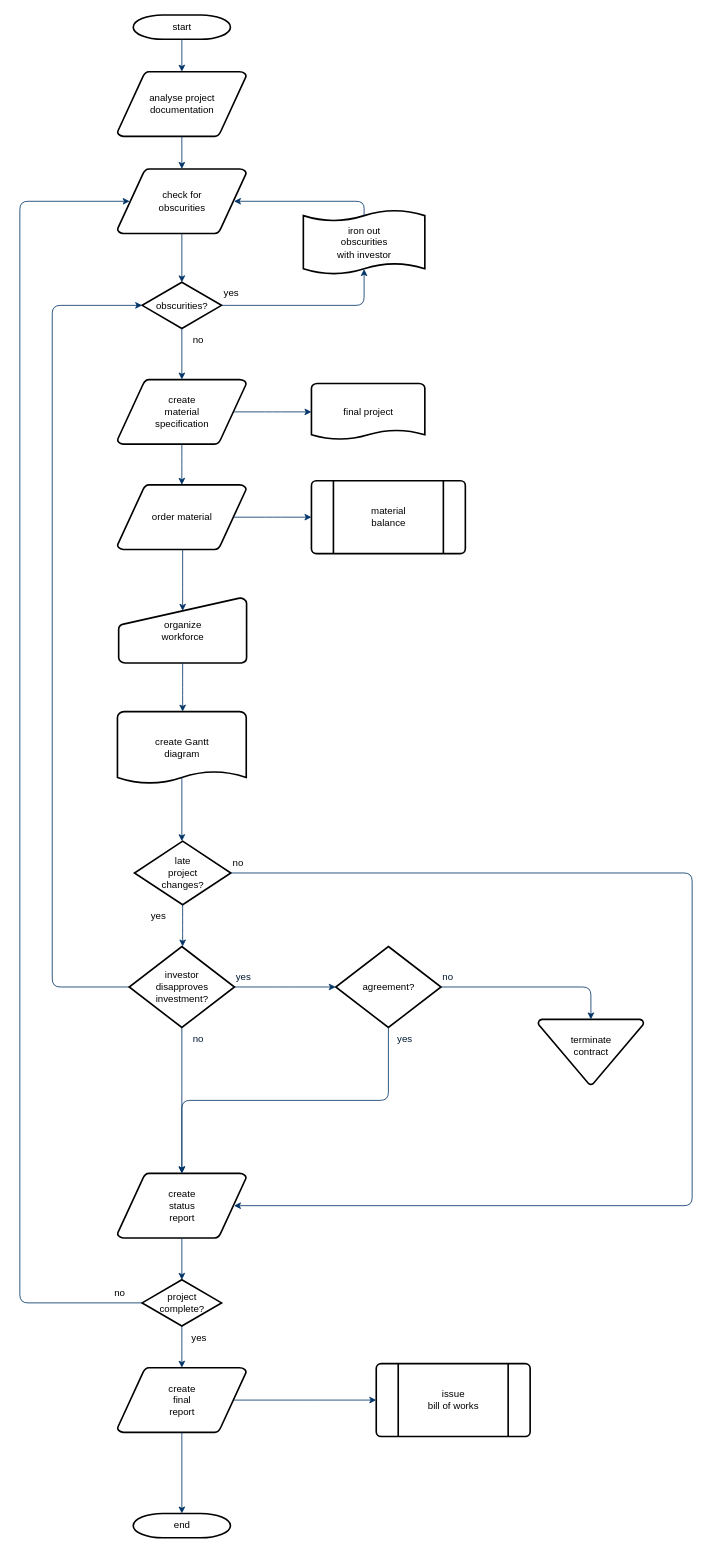
Earlier version of the draw.io diagram Untitled Diagram.drawio (ywq1113/VASP_script). Source tidied: cells renumbered, new cells numbered last; positions are measured from the earlier drawing's top-left corner, leaving out a move shared by most shapes. Both pictures are drawn from the tidied source at 81%, with x=0, y=0 at pixel (19, 15).
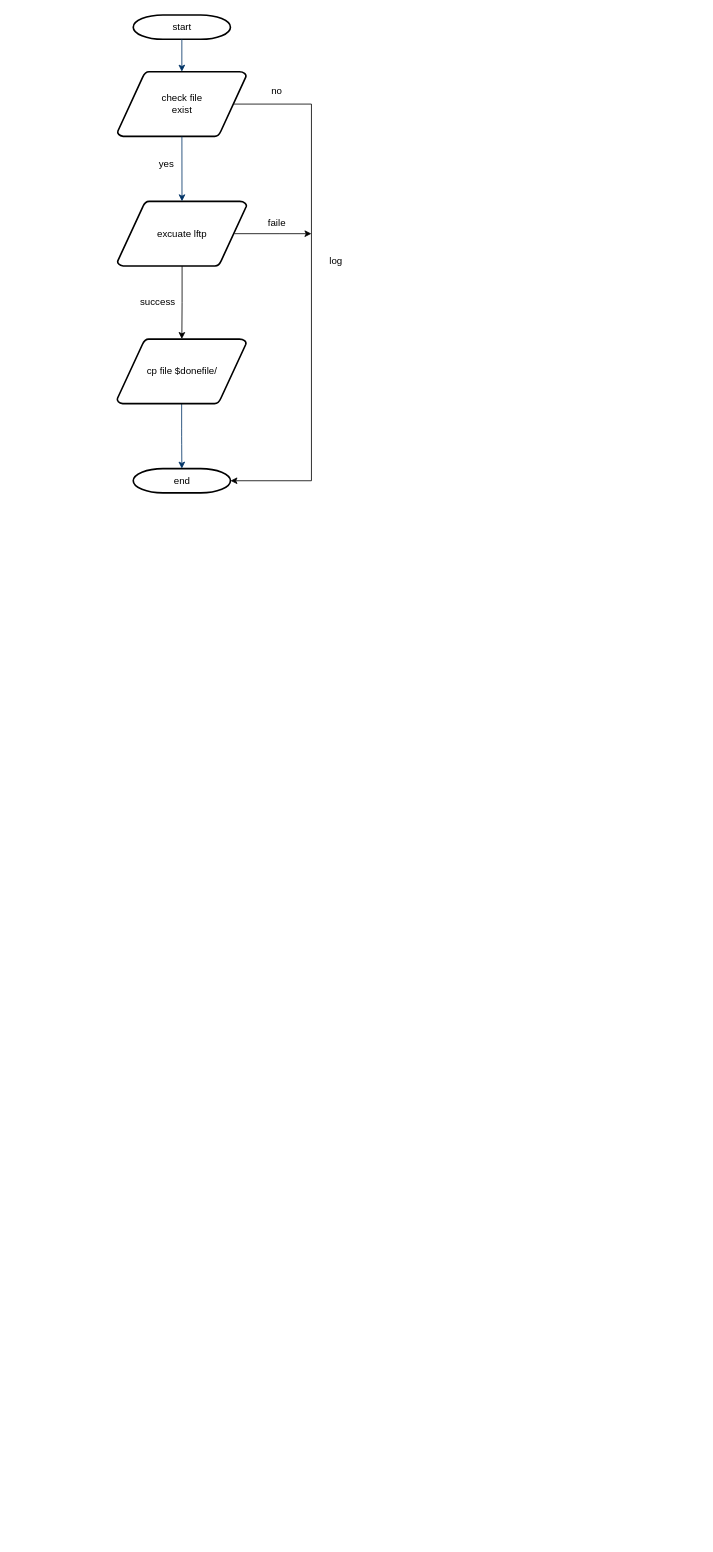
The same diagram, later.

Change to the diagram source:
```diff
@@
+    <mxCell id="56" style="edgeStyle=orthogonalEdgeStyle;rounded=0;jettySize=auto;html=1;exitX=0.905;exitY=0.5;exitDx=0;exitDy=0;exitPerimeter=0;entryX=1;entryY=0.5;entryDx=0;entryDy=0;entryPerimeter=0;" parent="1" edge="1" source="3" target="40">
+      <mxGeometry relative="1" as="geometry">
+        <Array as="points">
+          <mxPoint x="360" y="110" />
+          <mxPoint x="360" y="575" />
+        </Array>
+      </mxGeometry>
+    </mxCell>
-    <mxCell id="3" value="analyse project&#10; documentation" style="shape=mxgraph.flowchart.data;strokeWidth=2;gradientColor=none;gradientDirection=north;fontStyle=0;html=1;" parent="1" vertex="1">
+    <mxCell id="3" value="check file&lt;br&gt;exist" style="shape=mxgraph.flowchart.data;strokeWidth=2;gradientColor=none;gradientDirection=north;fontStyle=0;html=1;" parent="1" vertex="1">
       <mxGeometry x="120.5" y="70" width="159" height="80" as="geometry" />
     </mxCell>
-    <mxCell id="4" value="create&#10;material&#10;specification" style="shape=mxgraph.flowchart.data;strokeWidth=2;gradientColor=none;gradientDirection=north;fontStyle=0;html=1;" parent="1" vertex="1">
-      <mxGeometry x="120.5" y="450" width="159" height="80" as="geometry" />
-    </mxCell>
+    <mxCell id="57" style="edgeStyle=orthogonalEdgeStyle;rounded=0;jettySize=auto;html=1;" parent="1" edge="1" source="5">
+      <mxGeometry relative="1" as="geometry">
+        <mxPoint x="200" y="400" as="targetPoint" />
+      </mxGeometry>
+    </mxCell>
+    <mxCell id="58" style="edgeStyle=orthogonalEdgeStyle;rounded=0;jettySize=auto;html=1;exitX=0.905;exitY=0.5;exitDx=0;exitDy=0;exitPerimeter=0;" parent="1" edge="1" source="5">
+      <mxGeometry relative="1" as="geometry">
+        <mxPoint x="360" y="270" as="targetPoint" />
+      </mxGeometry>
+    </mxCell>
-    <mxCell id="5" value="check for&#10;obscurities" style="shape=mxgraph.flowchart.data;strokeWidth=2;gradientColor=none;gradientDirection=north;fontStyle=0;html=1;" parent="1" vertex="1">
-      <mxGeometry x="120.5" y="190" width="159" height="80" as="geometry" />
+    <mxCell id="5" value="excuate lftp" style="shape=mxgraph.flowchart.data;strokeWidth=2;gradientColor=none;gradientDirection=north;fontStyle=0;html=1;" parent="1" vertex="1">
+      <mxGeometry x="120.5" y="230" width="159.5" height="80" as="geometry" />
     </mxCell>
-    <mxCell id="6" value="obscurities?" style="shape=mxgraph.flowchart.decision;strokeWidth=2;gradientColor=none;gradientDirection=north;fontStyle=0;html=1;" parent="1" vertex="1">
-      <mxGeometry x="151" y="330" width="98" height="57" as="geometry" />
-    </mxCell>
@@
-    <mxCell id="9" style="entryX=0.5;entryY=0;entryPerimeter=0;fontStyle=1;strokeColor=#003366;strokeWidth=1;html=1;" parent="1" edge="1" source="5" target="6">
-      <mxGeometry relative="1" as="geometry" />
-    </mxCell>
-    <mxCell id="10" style="edgeStyle=elbowEdgeStyle;elbow=horizontal;entryX=0.5;entryY=0.91;entryPerimeter=0;exitX=1;exitY=0.5;exitPerimeter=0;fontStyle=1;strokeColor=#003366;strokeWidth=1;html=1;" parent="1" edge="1" source="6" target="51">
-      <mxGeometry x="381" y="28.5" as="geometry">
-        <Array as="points">
-          <mxPoint x="425" y="340" />
-        </Array>
-      </mxGeometry>
-    </mxCell>
     <mxCell id="11" value="yes" style="text;fontStyle=0;html=1;strokeColor=none;gradientColor=none;fillColor=none;strokeWidth=2;" parent="1" vertex="1">
-      <mxGeometry x="250" y="330" width="40" height="26" as="geometry" />
+      <mxGeometry x="170" y="170" width="40" height="26" as="geometry" />
     </mxCell>
-    <mxCell id="12" style="edgeStyle=elbowEdgeStyle;elbow=horizontal;fontColor=#001933;fontStyle=1;strokeColor=#003366;strokeWidth=1;html=1;" parent="1" edge="1" source="6" target="4">
-      <mxGeometry as="geometry" />
-    </mxCell>
-    <mxCell id="13" value="order material" style="shape=mxgraph.flowchart.data;strokeWidth=2;gradientColor=none;gradientDirection=north;fontStyle=0;html=1;" parent="1" vertex="1">
-      <mxGeometry x="120.5" y="580" width="159" height="80" as="geometry" />
-    </mxCell>
-    <mxCell id="14" value="no" style="text;fontStyle=0;html=1;strokeColor=none;gradientColor=none;fillColor=none;strokeWidth=2;align=center;" parent="1" vertex="1">
-      <mxGeometry x="200" y="387" width="40" height="26" as="geometry" />
+    <mxCell id="14" value="success" style="text;fontStyle=0;html=1;strokeColor=none;gradientColor=none;fillColor=none;strokeWidth=2;align=center;" parent="1" vertex="1">
+      <mxGeometry x="150" y="340.5" width="40" height="26" as="geometry" />
     </mxCell>
-    <mxCell id="15" value="final project" style="shape=mxgraph.flowchart.document;strokeWidth=2;gradientColor=none;gradientDirection=north;fontStyle=0;html=1;" parent="1" vertex="1">
-      <mxGeometry x="360" y="455" width="140" height="70" as="geometry" />
-    </mxCell>
-    <mxCell id="16" style="edgeStyle=elbowEdgeStyle;elbow=horizontal;exitX=0.905;exitY=0.5;exitPerimeter=0;fontStyle=1;strokeColor=#003366;strokeWidth=1;html=1;" parent="1" edge="1" source="4" target="15">
-      <mxGeometry as="geometry" />
-    </mxCell>
-    <mxCell id="17" style="edgeStyle=elbowEdgeStyle;elbow=horizontal;fontStyle=1;strokeColor=#003366;strokeWidth=1;html=1;" parent="1" edge="1" source="4" target="13">
-      <mxGeometry as="geometry" />
-    </mxCell>
-    <mxCell id="18" value="material&#10;balance" style="shape=mxgraph.flowchart.predefined_process;strokeWidth=2;gradientColor=none;gradientDirection=north;fontStyle=0;html=1;" parent="1" vertex="1">
-      <mxGeometry x="360" y="575" width="190" height="90" as="geometry" />
-    </mxCell>
-    <mxCell id="19" style="edgeStyle=elbowEdgeStyle;elbow=horizontal;exitX=0.905;exitY=0.5;exitPerimeter=0;fontStyle=1;strokeColor=#003366;strokeWidth=1;html=1;" parent="1" edge="1" source="13" target="18">
-      <mxGeometry as="geometry" />
-    </mxCell>
-    <mxCell id="20" value="organize &#10;workforce" style="shape=mxgraph.flowchart.manual_input;strokeWidth=2;gradientColor=none;gradientDirection=north;fontStyle=0;html=1;" parent="1" vertex="1">
-      <mxGeometry x="122" y="720" width="158" height="80" as="geometry" />
-    </mxCell>
-    <mxCell id="21" style="edgeStyle=elbowEdgeStyle;elbow=horizontal;entryX=0.5;entryY=0.195;entryPerimeter=0;fontStyle=1;strokeColor=#003366;strokeWidth=1;html=1;" parent="1" edge="1" source="13" target="20">
-      <mxGeometry as="geometry" />
-    </mxCell>
-    <mxCell id="22" value="create Gantt&#10;diagram" style="shape=mxgraph.flowchart.document;strokeWidth=2;gradientColor=none;gradientDirection=north;fontStyle=0;html=1;" parent="1" vertex="1">
-      <mxGeometry x="120.5" y="860" width="159" height="90" as="geometry" />
-    </mxCell>
-    <mxCell id="23" style="edgeStyle=elbowEdgeStyle;elbow=horizontal;exitX=0.5;exitY=1;exitPerimeter=0;fontStyle=1;strokeColor=#003366;strokeWidth=1;html=1;" parent="1" edge="1" source="20" target="22">
-      <mxGeometry as="geometry" />
-    </mxCell>
-    <mxCell id="24" value="late&#10;project&#10;changes?" style="shape=mxgraph.flowchart.decision;strokeWidth=2;gradientColor=none;gradientDirection=north;fontStyle=0;html=1;" parent="1" vertex="1">
-      <mxGeometry x="141.5" y="1020" width="119" height="78.5" as="geometry" />
-    </mxCell>
-    <mxCell id="25" style="edgeStyle=elbowEdgeStyle;elbow=horizontal;exitX=0.5;exitY=0.9;exitPerimeter=0;fontStyle=1;strokeColor=#003366;strokeWidth=1;html=1;" parent="1" edge="1" source="22" target="24">
-      <mxGeometry as="geometry" />
-    </mxCell>
-    <mxCell id="26" style="edgeStyle=elbowEdgeStyle;elbow=horizontal;exitX=0;exitY=0.5;exitPerimeter=0;entryX=0;entryY=0.5;entryPerimeter=0;fontStyle=1;strokeColor=#003366;strokeWidth=1;html=1;" parent="1" edge="1" source="28" target="6">
-      <mxGeometry as="geometry">
-        <Array as="points">
-          <mxPoint x="40" y="790" />
-        </Array>
-      </mxGeometry>
-    </mxCell>
-    <mxCell id="27" value="yes" style="text;fontStyle=0;html=1;strokeColor=none;gradientColor=none;fillColor=none;strokeWidth=2;" parent="1" vertex="1">
-      <mxGeometry x="160" y="1098.5" width="40" height="26" as="geometry" />
-    </mxCell>
-    <mxCell id="28" value="investor&#10;disapproves&#10; investment?" style="shape=mxgraph.flowchart.decision;strokeWidth=2;gradientColor=none;gradientDirection=north;fontStyle=0;html=1;" parent="1" vertex="1">
-      <mxGeometry x="135" y="1150" width="130" height="100" as="geometry" />
-    </mxCell>
-    <mxCell id="29" value="agreement?" style="shape=mxgraph.flowchart.decision;strokeWidth=2;gradientColor=none;gradientDirection=north;fontStyle=0;html=1;" parent="1" vertex="1">
-      <mxGeometry x="390" y="1150" width="130" height="100" as="geometry" />
-    </mxCell>
-    <mxCell id="30" style="edgeStyle=elbowEdgeStyle;elbow=horizontal;exitX=0.5;exitY=1;exitPerimeter=0;fontStyle=1;strokeColor=#003366;strokeWidth=1;html=1;" parent="1" edge="1" source="24" target="28">
-      <mxGeometry as="geometry" />
-    </mxCell>
-    <mxCell id="31" style="edgeStyle=elbowEdgeStyle;elbow=horizontal;exitX=1;exitY=0.5;exitPerimeter=0;entryX=0;entryY=0.5;entryPerimeter=0;fontStyle=1;strokeColor=#003366;strokeWidth=1;html=1;" parent="1" edge="1" source="28" target="29">
-      <mxGeometry as="geometry" />
-    </mxCell>
-    <mxCell id="32" value="terminate&#10;contract&#10;" style="shape=mxgraph.flowchart.merge_or_storage;strokeWidth=2;gradientColor=none;gradientDirection=north;fontStyle=0;html=1;" parent="1" vertex="1">
-      <mxGeometry x="640" y="1240" width="130" height="80.5" as="geometry" />
-    </mxCell>
-    <mxCell id="33" style="edgeStyle=elbowEdgeStyle;elbow=vertical;exitX=1;exitY=0.5;exitPerimeter=0;entryX=0.5;entryY=0;entryPerimeter=0;fontStyle=1;strokeColor=#003366;strokeWidth=1;html=1;" parent="1" edge="1" source="29" target="32">
-      <mxGeometry as="geometry">
-        <Array as="points">
-          <mxPoint x="620" y="1200" />
-        </Array>
-      </mxGeometry>
-    </mxCell>
-    <mxCell id="34" value="create&#10;status&#10;report" style="shape=mxgraph.flowchart.data;strokeWidth=2;gradientColor=none;gradientDirection=north;fontStyle=0;html=1;" parent="1" vertex="1">
-      <mxGeometry x="120.5" y="1430" width="159" height="80" as="geometry" />
-    </mxCell>
-    <mxCell id="35" style="edgeStyle=elbowEdgeStyle;elbow=vertical;exitX=0.5;exitY=1;exitPerimeter=0;fontColor=#001933;fontStyle=1;strokeColor=#003366;strokeWidth=1;html=1;" parent="1" edge="1" source="28" target="34">
-      <mxGeometry as="geometry" />
-    </mxCell>
-    <mxCell id="36" style="edgeStyle=elbowEdgeStyle;elbow=vertical;exitX=0.5;exitY=1;exitPerimeter=0;entryX=0.5;entryY=0;entryPerimeter=0;fontStyle=1;strokeColor=#003366;strokeWidth=1;html=1;" parent="1" edge="1" source="29" target="34">
-      <mxGeometry as="geometry" />
-    </mxCell>
-    <mxCell id="37" value="project&#10;complete?" style="shape=mxgraph.flowchart.decision;strokeWidth=2;gradientColor=none;gradientDirection=north;fontStyle=0;html=1;" parent="1" vertex="1">
-      <mxGeometry x="151" y="1561.5" width="98" height="57" as="geometry" />
-    </mxCell>
-    <mxCell id="38" value="create&#10;final&#10;report" style="shape=mxgraph.flowchart.data;strokeWidth=2;gradientColor=none;gradientDirection=north;fontStyle=0;html=1;" parent="1" vertex="1">
-      <mxGeometry x="120.5" y="1670" width="159" height="80" as="geometry" />
-    </mxCell>
-    <mxCell id="39" value="issue&#10;bill of works" style="shape=mxgraph.flowchart.predefined_process;strokeWidth=2;gradientColor=none;gradientDirection=north;fontStyle=0;html=1;" parent="1" vertex="1">
-      <mxGeometry x="440" y="1665" width="190" height="90" as="geometry" />
-    </mxCell>
     <mxCell id="40" value="end" style="shape=mxgraph.flowchart.terminator;strokeWidth=2;gradientColor=none;gradientDirection=north;fontStyle=0;html=1;" parent="1" vertex="1">
-      <mxGeometry x="140" y="1850" width="120" height="30" as="geometry" />
+      <mxGeometry x="140" y="560" width="120" height="30" as="geometry" />
     </mxCell>
-    <mxCell id="41" style="edgeStyle=elbowEdgeStyle;elbow=vertical;exitX=0.5;exitY=1;exitPerimeter=0;entryX=0.5;entryY=0;entryPerimeter=0;fontStyle=1;strokeColor=#003366;strokeWidth=1;html=1;" parent="1" edge="1" source="34" target="37">
-      <mxGeometry as="geometry" />
-    </mxCell>
-    <mxCell id="42" style="edgeStyle=elbowEdgeStyle;elbow=vertical;exitX=0.5;exitY=1;exitPerimeter=0;entryX=0.5;entryY=0;entryPerimeter=0;fontStyle=1;strokeColor=#003366;strokeWidth=1;html=1;" parent="1" edge="1" source="37" target="38">
-      <mxGeometry as="geometry" />
-    </mxCell>
-    <mxCell id="43" style="edgeStyle=elbowEdgeStyle;elbow=vertical;exitX=0.5;exitY=1;exitPerimeter=0;entryX=0.5;entryY=0;entryPerimeter=0;fontStyle=1;strokeColor=#003366;strokeWidth=1;html=1;" parent="1" edge="1" source="38" target="40">
-      <mxGeometry as="geometry" />
+    <mxCell id="43" style="edgeStyle=elbowEdgeStyle;elbow=vertical;exitX=0.5;exitY=1;exitPerimeter=0;entryX=0.5;entryY=0;entryPerimeter=0;fontStyle=1;strokeColor=#003366;strokeWidth=1;html=1;exitDx=0;exitDy=0;" parent="1" edge="1" source="62" target="40">
+      <mxGeometry y="-1290" as="geometry" />
     </mxCell>
-    <mxCell id="44" style="edgeStyle=elbowEdgeStyle;elbow=vertical;exitX=0.905;exitY=0.5;exitPerimeter=0;entryX=0;entryY=0.5;entryPerimeter=0;fontStyle=1;strokeColor=#003366;strokeWidth=1;html=1;" parent="1" edge="1" source="38" target="39">
-      <mxGeometry as="geometry" />
-    </mxCell>
-    <mxCell id="45" style="edgeStyle=elbowEdgeStyle;elbow=horizontal;exitX=1;exitY=0.5;exitPerimeter=0;entryX=0.905;entryY=0.5;entryPerimeter=0;fontStyle=1;strokeColor=#003366;strokeWidth=1;html=1;" parent="1" edge="1" source="24" target="34">
-      <mxGeometry as="geometry">
-        <Array as="points">
-          <mxPoint x="830" y="1260" />
-        </Array>
-      </mxGeometry>
-    </mxCell>
-    <mxCell id="46" value="no" style="text;fontStyle=0;html=1;strokeColor=none;gradientColor=none;fillColor=none;strokeWidth=2;" parent="1" vertex="1">
-      <mxGeometry x="260.5" y="1033.2" width="40" height="26" as="geometry" />
-    </mxCell>
-    <mxCell id="47" value="yes" style="text;fontColor=#001933;fontStyle=0;html=1;strokeColor=none;gradientColor=none;fillColor=none;strokeWidth=2;" parent="1" vertex="1">
-      <mxGeometry x="265" y="1174" width="40" height="26" as="geometry" />
-    </mxCell>
-    <mxCell id="48" value="no" style="text;fontColor=#001933;fontStyle=0;html=1;strokeColor=none;gradientColor=none;fillColor=none;strokeWidth=2;align=center;" parent="1" vertex="1">
-      <mxGeometry x="200" y="1250" width="40" height="26" as="geometry" />
-    </mxCell>
-    <mxCell id="49" value="yes" style="text;fontColor=#001933;fontStyle=0;html=1;strokeColor=none;gradientColor=none;fillColor=none;strokeWidth=2;align=center;" parent="1" vertex="1">
-      <mxGeometry x="455" y="1250" width="40" height="26" as="geometry" />
-    </mxCell>
-    <mxCell id="50" value="no" style="text;fontColor=#001933;fontStyle=0;html=1;strokeColor=none;gradientColor=none;fillColor=none;strokeWidth=2;" parent="1" vertex="1">
-      <mxGeometry x="520" y="1174" width="40" height="26" as="geometry" />
-    </mxCell>
-    <mxCell id="51" value="iron out&#10;obscurities &#10;with investor" style="shape=mxgraph.flowchart.paper_tape;strokeWidth=2;gradientColor=none;gradientDirection=north;fontStyle=0;html=1;" parent="1" vertex="1">
-      <mxGeometry x="350" y="240" width="150" height="81" as="geometry" />
-    </mxCell>
-    <mxCell id="52" style="edgeStyle=elbowEdgeStyle;elbow=horizontal;exitX=0.5;exitY=0.09;exitPerimeter=0;entryX=0.905;entryY=0.5;entryPerimeter=0;fontStyle=1;strokeColor=#003366;strokeWidth=1;html=1;" parent="1" edge="1" source="51" target="5">
-      <mxGeometry as="geometry">
-        <Array as="points">
-          <mxPoint x="425" y="240" />
-        </Array>
-      </mxGeometry>
-    </mxCell>
-    <mxCell id="53" value="yes" style="text;fontStyle=0;html=1;strokeColor=none;gradientColor=none;fillColor=none;strokeWidth=2;align=center;" parent="1" vertex="1">
-      <mxGeometry x="201" y="1620" width="40" height="26" as="geometry" />
-    </mxCell>
-    <mxCell id="54" style="edgeStyle=elbowEdgeStyle;elbow=horizontal;exitX=0;exitY=0.5;exitPerimeter=0;entryX=0.095;entryY=0.5;entryPerimeter=0;fontStyle=1;strokeColor=#003366;strokeWidth=1;html=1;" parent="1" edge="1" source="37" target="5">
-      <mxGeometry as="geometry">
-        <Array as="points">
-          <mxPoint y="910" />
-        </Array>
-      </mxGeometry>
-    </mxCell>
-    <mxCell id="55" value="no" style="text;fontStyle=0;html=1;strokeColor=none;gradientColor=none;fillColor=none;strokeWidth=2;" parent="1" vertex="1">
-      <mxGeometry x="115" y="1564" width="40" height="26" as="geometry" />
-    </mxCell>
+    <mxCell id="59" value="no" style="text;fontStyle=0;html=1;strokeColor=none;gradientColor=none;fillColor=none;strokeWidth=2;align=center;" parent="1" vertex="1">
+      <mxGeometry x="297" y="80" width="40" height="26" as="geometry" />
+    </mxCell>
+    <mxCell id="60" value="faile" style="text;fontStyle=0;html=1;strokeColor=none;gradientColor=none;fillColor=none;strokeWidth=2;align=center;" parent="1" vertex="1">
+      <mxGeometry x="297" y="243" width="40" height="26" as="geometry" />
+    </mxCell>
+    <mxCell id="61" value="log" style="text;fontStyle=0;html=1;strokeColor=none;gradientColor=none;fillColor=none;strokeWidth=2;align=center;" parent="1" vertex="1">
+      <mxGeometry x="370" y="290" width="40" height="26" as="geometry" />
+    </mxCell>
+    <mxCell id="62" value="cp file $donefile/" style="shape=mxgraph.flowchart.data;strokeWidth=2;gradientColor=none;gradientDirection=north;fontStyle=0;html=1;" parent="1" vertex="1">
+      <mxGeometry x="120" y="400" width="159.5" height="80" as="geometry" />
+    </mxCell>
```
